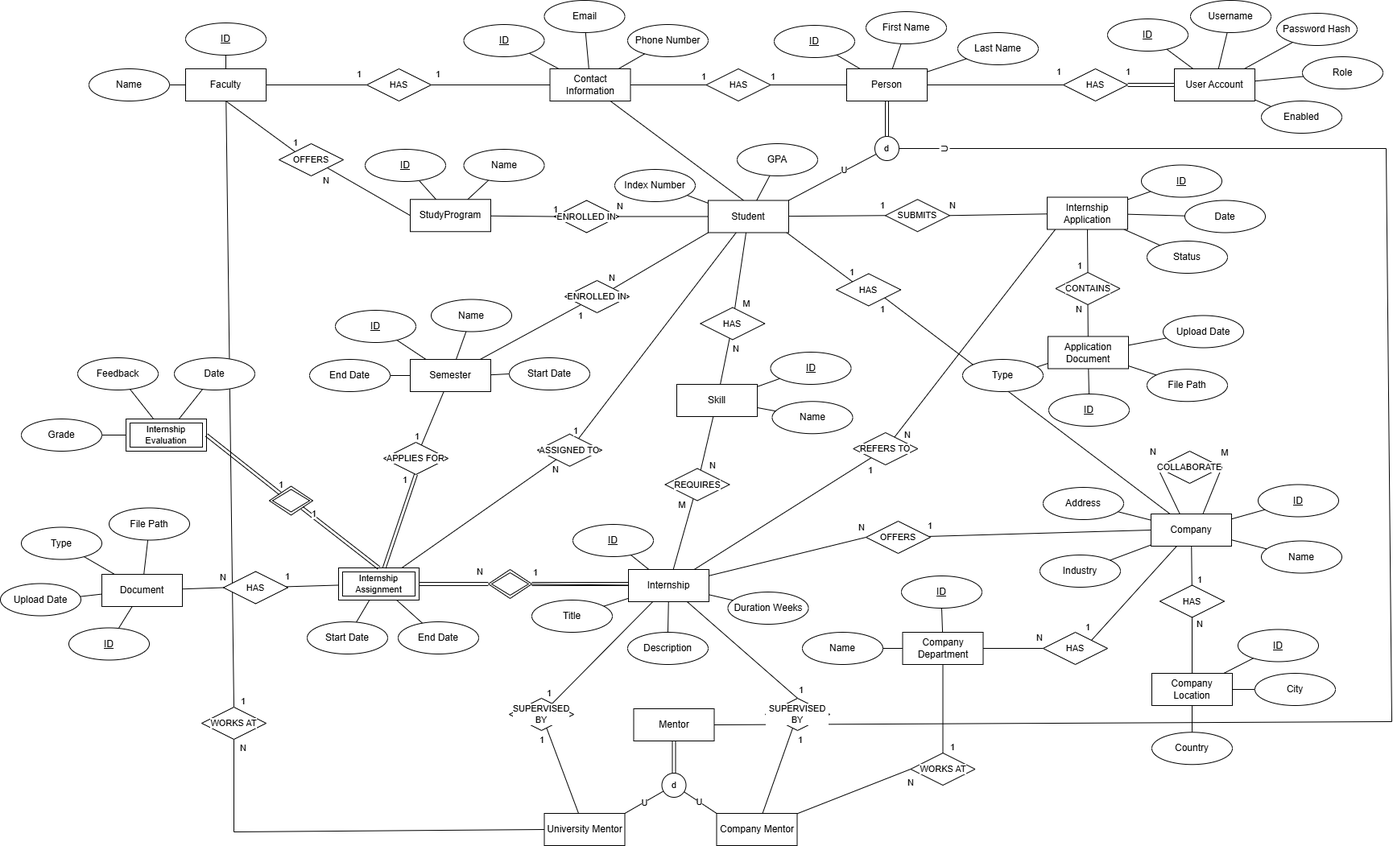
The draw.io diagram database/diagrams/conceptual_eer.png in trifunovskanina/internship-management-system, before a commit. Source tidied: cells renumbered, new cells last; positions are measured from the earlier drawing's top-left corner, leaving out a move shared by most shapes.
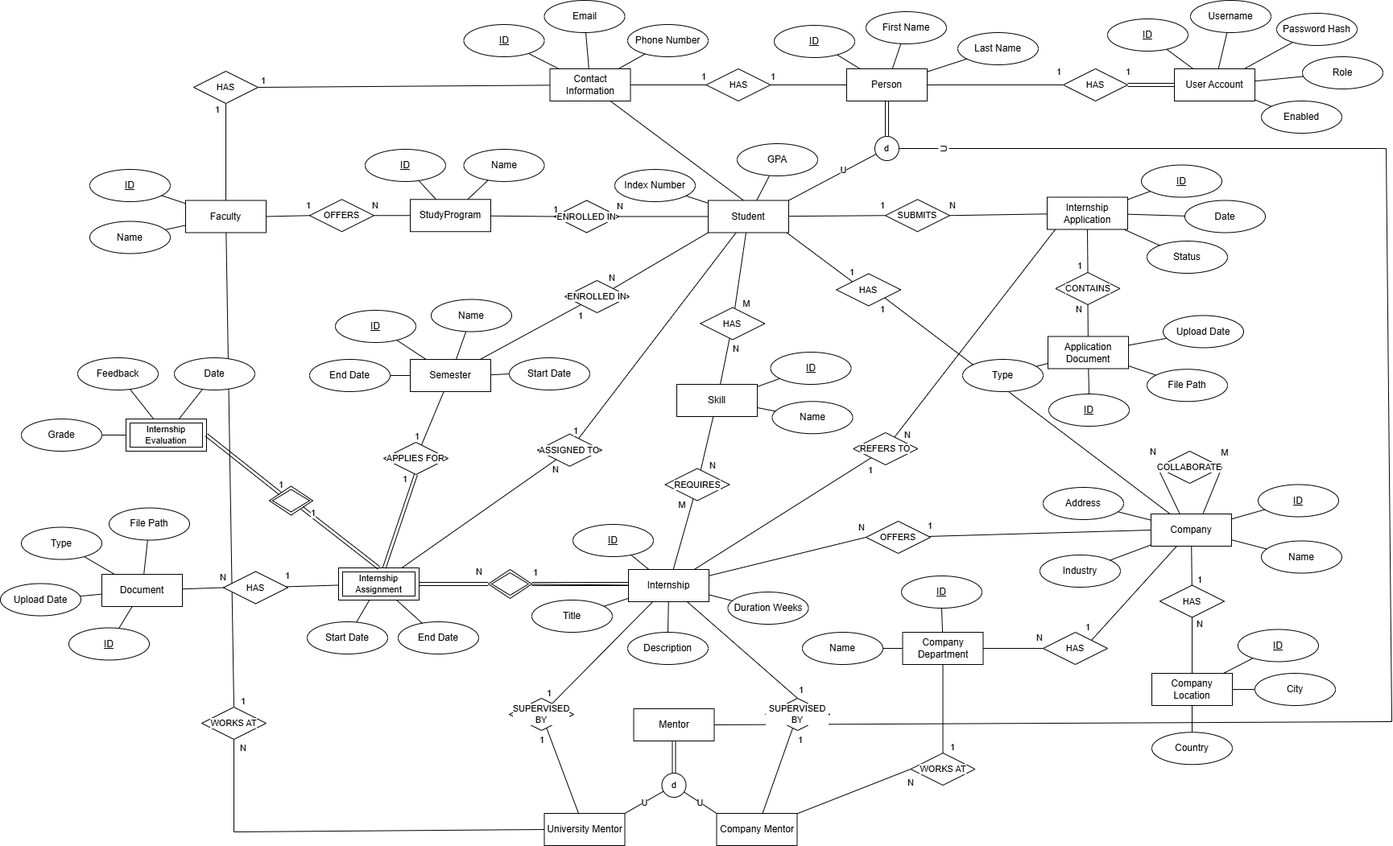
The same diagram one commit later.

Diff of the diagram source:
```diff
@@ -446,38 +446,38 @@
     <mxCell id="139" value="N" style="text;html=1;whiteSpace=wrap;strokeColor=none;fillColor=none;align=center;verticalAlign=middle;rounded=0;fontFamily=Helvetica;fontSize=11;fontColor=default;labelBackgroundColor=default;" parent="1" vertex="1">
       <mxGeometry x="730" y="330" width="60" height="30" as="geometry" />
     </mxCell>
-    <mxCell id="140" style="edgeStyle=none;shape=connector;rounded=0;jettySize=auto;html=1;strokeColor=default;align=center;verticalAlign=middle;fontFamily=Helvetica;fontSize=11;fontColor=default;labelBackgroundColor=default;endArrow=none;endFill=0;entryX=0;entryY=0;entryDx=0;entryDy=0;exitX=0.5;exitY=1;exitDx=0;exitDy=0;" parent="1" edge="1" source="142" target="148">
+    <mxCell id="140" style="edgeStyle=none;shape=connector;rounded=0;jettySize=auto;html=1;strokeColor=default;align=center;verticalAlign=middle;fontFamily=Helvetica;fontSize=11;fontColor=default;labelBackgroundColor=default;endArrow=none;endFill=0;entryX=0;entryY=0.5;entryDx=0;entryDy=0;exitX=1;exitY=0.5;exitDx=0;exitDy=0;" parent="1" edge="1" source="142" target="148">
       <mxGeometry relative="1" as="geometry" />
     </mxCell>
-    <mxCell id="141" style="rounded=0;jettySize=auto;html=1;entryX=0;entryY=0.5;entryDx=0;entryDy=0;endArrow=none;endFill=0;exitX=1;exitY=0.5;exitDx=0;exitDy=0;" parent="1" edge="1" source="142" target="265">
+    <mxCell id="141" style="rounded=0;jettySize=auto;html=1;entryX=0.5;entryY=1;entryDx=0;entryDy=0;endArrow=none;endFill=0;exitX=0.5;exitY=0;exitDx=0;exitDy=0;" parent="1" edge="1" source="142" target="265">
       <mxGeometry relative="1" as="geometry" />
     </mxCell>
     <mxCell id="142" value="Faculty" style="whiteSpace=wrap;html=1;align=center;rounded=0;" parent="1" vertex="1">
-      <mxGeometry x="230" y="85" width="100" height="40" as="geometry" />
+      <mxGeometry x="230" y="248.5" width="100" height="40" as="geometry" />
     </mxCell>
     <mxCell id="143" style="edgeStyle=none;shape=connector;rounded=0;jettySize=auto;html=1;strokeColor=default;align=center;verticalAlign=middle;fontFamily=Helvetica;fontSize=11;fontColor=default;labelBackgroundColor=default;endArrow=none;endFill=0;" parent="1" edge="1" source="144" target="142">
       <mxGeometry relative="1" as="geometry" />
     </mxCell>
     <mxCell id="144" value="&lt;u&gt;ID&lt;/u&gt;" style="ellipse;whiteSpace=wrap;html=1;align=center;rounded=0;" parent="1" vertex="1">
-      <mxGeometry x="230" y="28" width="100" height="40" as="geometry" />
+      <mxGeometry x="111" y="210" width="100" height="40" as="geometry" />
     </mxCell>
     <mxCell id="145" style="edgeStyle=none;shape=connector;rounded=0;jettySize=auto;html=1;strokeColor=default;align=center;verticalAlign=middle;fontFamily=Helvetica;fontSize=11;fontColor=default;labelBackgroundColor=default;endArrow=none;endFill=0;" parent="1" edge="1" source="146" target="142">
       <mxGeometry relative="1" as="geometry" />
     </mxCell>
     <mxCell id="146" value="Name" style="ellipse;whiteSpace=wrap;html=1;align=center;rounded=0;" parent="1" vertex="1">
-      <mxGeometry x="110" y="85" width="100" height="40" as="geometry" />
+      <mxGeometry x="111" y="274.5" width="100" height="40" as="geometry" />
     </mxCell>
-    <mxCell id="147" style="edgeStyle=none;shape=connector;rounded=0;jettySize=auto;html=1;strokeColor=default;align=center;verticalAlign=middle;fontFamily=Helvetica;fontSize=11;fontColor=default;labelBackgroundColor=default;endArrow=none;endFill=0;entryX=0;entryY=0.5;entryDx=0;entryDy=0;exitX=1;exitY=1;exitDx=0;exitDy=0;" parent="1" edge="1" source="148" target="11">
+    <mxCell id="147" style="edgeStyle=none;shape=connector;rounded=0;jettySize=auto;html=1;strokeColor=default;align=center;verticalAlign=middle;fontFamily=Helvetica;fontSize=11;fontColor=default;labelBackgroundColor=default;endArrow=none;endFill=0;entryX=0;entryY=0.5;entryDx=0;entryDy=0;exitX=1;exitY=0.5;exitDx=0;exitDy=0;" parent="1" edge="1" source="148" target="11">
       <mxGeometry relative="1" as="geometry" />
     </mxCell>
     <mxCell id="148" value="OFFERS" style="shape=rhombus;perimeter=rhombusPerimeter;whiteSpace=wrap;html=1;align=center;fontFamily=Helvetica;fontSize=11;labelBackgroundColor=default;rounded=0;" parent="1" vertex="1">
-      <mxGeometry x="346" y="178" width="80" height="40" as="geometry" />
+      <mxGeometry x="384" y="247.2" width="80" height="40" as="geometry" />
     </mxCell>
     <mxCell id="149" value="N" style="text;html=1;whiteSpace=wrap;strokeColor=none;fillColor=none;align=center;verticalAlign=middle;rounded=0;fontFamily=Helvetica;fontSize=11;fontColor=default;labelBackgroundColor=default;" parent="1" vertex="1">
-      <mxGeometry x="375" y="208.5" width="60" height="30" as="geometry" />
+      <mxGeometry x="436" y="240" width="60" height="30" as="geometry" />
     </mxCell>
     <mxCell id="150" value="1" style="text;html=1;whiteSpace=wrap;strokeColor=none;fillColor=none;align=center;verticalAlign=middle;rounded=0;fontFamily=Helvetica;fontSize=11;fontColor=default;labelBackgroundColor=default;" parent="1" vertex="1">
-      <mxGeometry x="337" y="162" width="60" height="30" as="geometry" />
+      <mxGeometry x="353" y="240" width="60" height="30" as="geometry" />
     </mxCell>
     <mxCell id="151" style="edgeStyle=none;shape=connector;rounded=0;jettySize=auto;html=1;strokeColor=default;align=center;verticalAlign=middle;fontFamily=Helvetica;fontSize=11;fontColor=default;labelBackgroundColor=default;endArrow=none;endFill=0;exitX=0;exitY=0.5;exitDx=0;exitDy=0;entryX=0.356;entryY=-0.009;entryDx=0;entryDy=0;entryPerimeter=0;" parent="1" edge="1" source="152" target="15">
       <mxGeometry relative="1" as="geometry" />
@@ -827,13 +827,13 @@
       <mxGeometry relative="1" as="geometry" />
     </mxCell>
     <mxCell id="265" value="HAS" style="shape=rhombus;perimeter=rhombusPerimeter;whiteSpace=wrap;html=1;align=center;fontFamily=Helvetica;fontSize=11;labelBackgroundColor=default;rounded=0;" parent="1" vertex="1">
-      <mxGeometry x="455" y="85" width="80" height="40" as="geometry" />
+      <mxGeometry x="240" y="88" width="80" height="40" as="geometry" />
     </mxCell>
     <mxCell id="266" value="1" style="text;html=1;whiteSpace=wrap;strokeColor=none;fillColor=none;align=center;verticalAlign=middle;rounded=0;fontFamily=Helvetica;fontSize=11;fontColor=default;labelBackgroundColor=default;" parent="1" vertex="1">
-      <mxGeometry x="514" y="77" width="60" height="30" as="geometry" />
+      <mxGeometry x="240" y="121" width="60" height="30" as="geometry" />
     </mxCell>
     <mxCell id="267" value="1" style="text;html=1;whiteSpace=wrap;strokeColor=none;fillColor=none;align=center;verticalAlign=middle;rounded=0;fontFamily=Helvetica;fontSize=11;fontColor=default;labelBackgroundColor=default;" parent="1" vertex="1">
-      <mxGeometry x="416" y="77" width="60" height="30" as="geometry" />
+      <mxGeometry x="297" y="85" width="60" height="30" as="geometry" />
     </mxCell>
   </root>
 </mxGraphModel>
```
